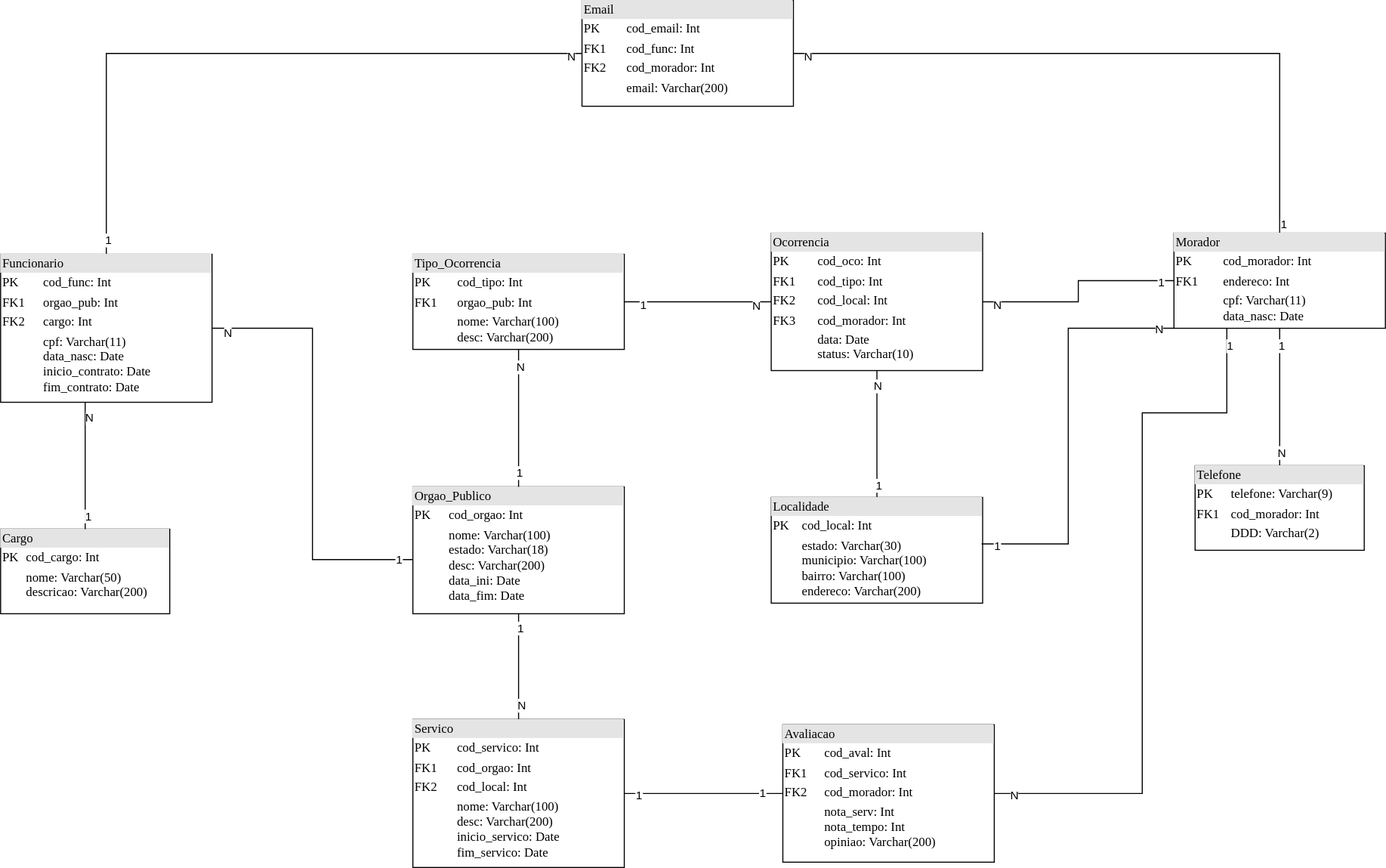
Above: Projeto1BD_MR.svg in Carlos-E-Souza/banco-dados-cic (draw.io), before the change. Source tidied: cells renumbered, new cells last; positions are measured from the earlier drawing's top-left corner, leaving out a move shared by most shapes.
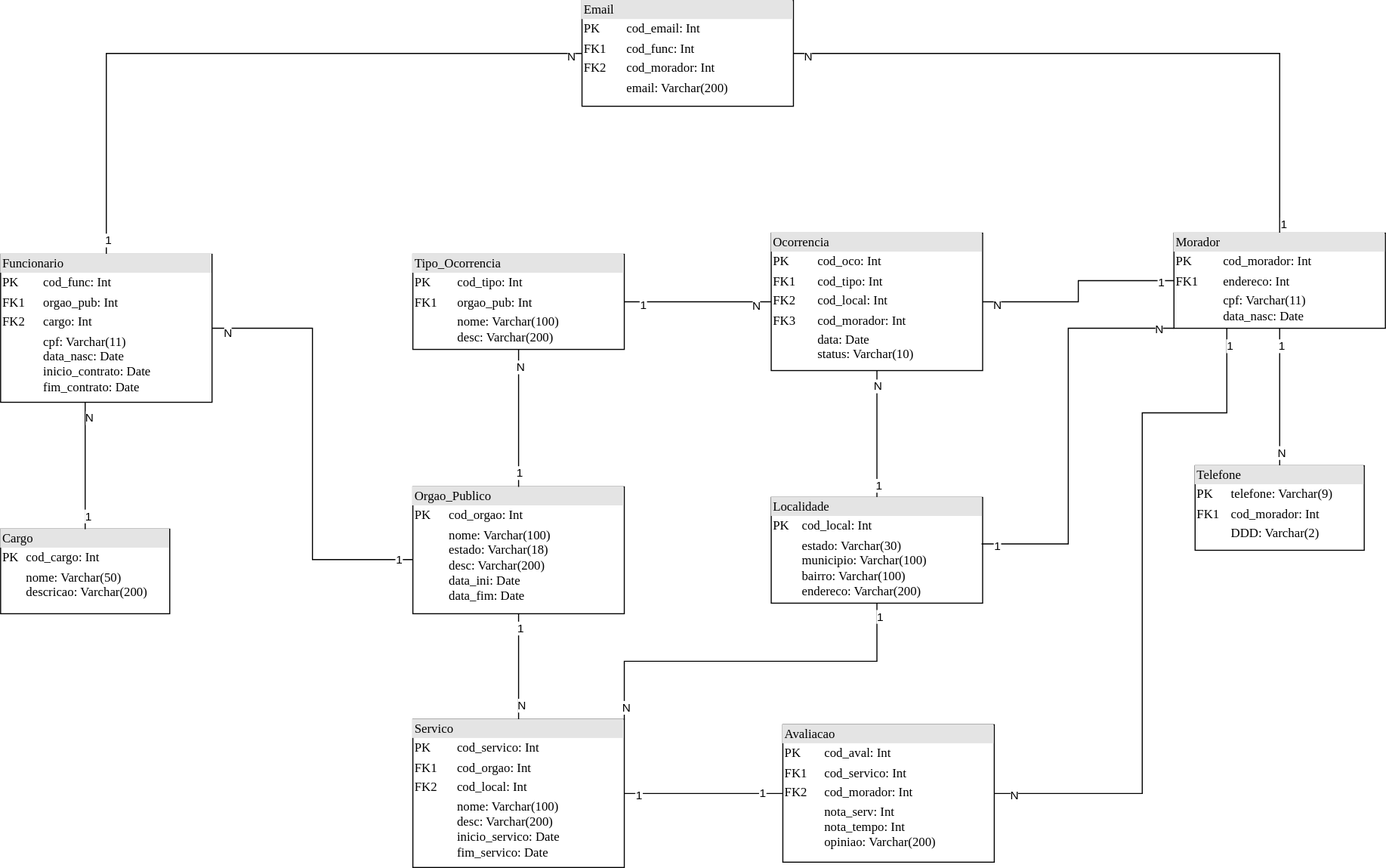
Later version of the same file.

Change to the diagram source:
```diff
@@ -50,6 +50,15 @@
     <mxCell id="17" value="1" style="edgeLabel;html=1;align=center;verticalAlign=middle;" parent="15" vertex="1">
       <mxGeometry x="0.73" y="1" relative="1" as="geometry" />
     </mxCell>
+    <mxCell id="52" style="edgeStyle=orthogonalEdgeStyle;rounded=0;jettySize=auto;html=1;exitX=1;exitY=0;exitDx=0;exitDy=0;endArrow=none;endFill=0;" parent="1" edge="1" source="18" target="33">
+      <mxGeometry relative="1" as="geometry" />
+    </mxCell>
+    <mxCell id="53" value="N" style="edgeLabel;html=1;align=center;verticalAlign=middle;" parent="52" vertex="1">
+      <mxGeometry x="-0.93" y="-1" relative="1" as="geometry" />
+    </mxCell>
+    <mxCell id="54" value="1" style="edgeLabel;html=1;align=center;verticalAlign=middle;" parent="52" vertex="1">
+      <mxGeometry x="0.93" y="-2" relative="1" as="geometry" />
+    </mxCell>
     <mxCell id="18" value="&lt;div style=&quot;box-sizing: border-box; width: 100%; background: rgb(228, 228, 228); padding: 2px;&quot;&gt;Servico&lt;/div&gt;&lt;table style=&quot;width:100%;font-size:1em;&quot; cellpadding=&quot;2&quot; cellspacing=&quot;0&quot;&gt;&lt;tbody&gt;&lt;tr&gt;&lt;td&gt;PK&lt;/td&gt;&lt;td&gt;cod_servico: Int&lt;/td&gt;&lt;/tr&gt;&lt;tr&gt;&lt;td&gt;FK1&lt;/td&gt;&lt;td&gt;cod_orgao: Int&lt;br&gt;&lt;/td&gt;&lt;/tr&gt;&lt;tr&gt;&lt;td&gt;FK2&lt;/td&gt;&lt;td&gt;cod_local: Int&lt;/td&gt;&lt;/tr&gt;&lt;tr&gt;&lt;td&gt;&lt;br&gt;&lt;/td&gt;&lt;td&gt;nome: Varchar(100)&lt;br&gt;desc: Varchar(200)&lt;br&gt;inicio_servico: Date&lt;br&gt;fim_servico: Date&lt;/td&gt;&lt;/tr&gt;&lt;tr&gt;&lt;td&gt;&lt;br&gt;&lt;/td&gt;&lt;td&gt;&lt;br&gt;&lt;/td&gt;&lt;/tr&gt;&lt;tr&gt;&lt;td&gt;&lt;br&gt;&lt;/td&gt;&lt;td&gt;&lt;br&gt;&lt;/td&gt;&lt;/tr&gt;&lt;/tbody&gt;&lt;/table&gt;" style="verticalAlign=top;align=left;overflow=fill;html=1;whiteSpace=wrap;gradientColor=none;fontFamily=Times New Roman;" parent="1" vertex="1">
       <mxGeometry x="390" y="680" width="200" height="140" as="geometry" />
     </mxCell>
```
